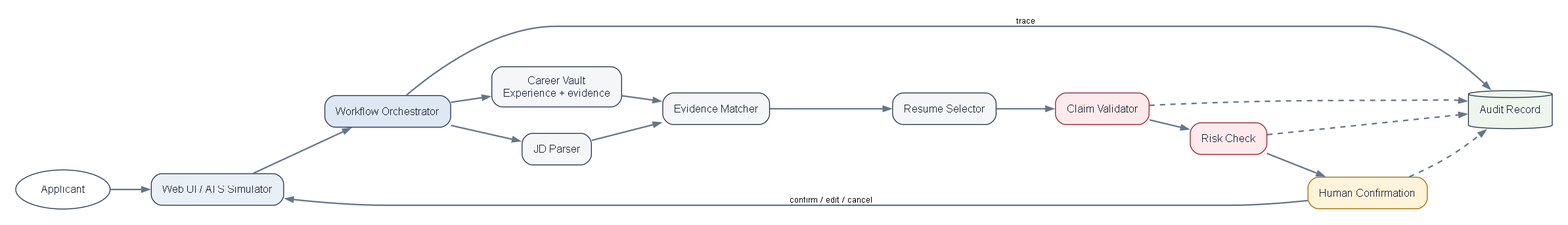
yinzzzzz007-code/applyguard keeps this Graphviz diagram as docs/diagrams/architecture.png. Above is the earlier version. Its source is kept beside it as docs/diagrams/architecture.dot. Its diagram source:
```dot
digraph Architecture {
  graph [rankdir=LR, bgcolor="#FFFFFF", pad="0.25", nodesep="0.42", ranksep="0.62", fontname="Arial"];
  node [shape=box, style="rounded,filled", fontname="Arial", fontsize=12, color="#25344A", fillcolor="#F4F6F8", fontcolor="#172033", margin="0.18,0.12"];
  edge [color="#65758B", penwidth=1.7, arrowsize=0.8, fontname="Arial", fontsize=10];

  user [label="Applicant", shape=oval, fillcolor="#FFFFFF"];
  ui [label="Web UI / ATS Simulator", fillcolor="#E9EFF7"];
  orchestrator [label="Workflow Orchestrator", fillcolor="#DDE8F4"];
  vault [label="Career Vault\nExperience + evidence"];
  parser [label="JD Parser"];
  matcher [label="Evidence Matcher"];
  selector [label="Resume Selector"];
  validator [label="Claim Validator", fillcolor="#FCEAEC", color="#9F1D2E"];
  risk [label="Risk Check", fillcolor="#FCEAEC", color="#9F1D2E"];
  confirm [label="Human Confirmation", fillcolor="#FFF4DA", color="#A36B00"];
  audit [label="Audit Record", shape=cylinder, fillcolor="#EEF5EC"];

  user -> ui -> orchestrator;
  orchestrator -> vault;
  orchestrator -> parser;
  vault -> matcher;
  parser -> matcher;
  matcher -> selector -> validator -> risk -> confirm;
  confirm -> ui [label="confirm / edit / cancel"];
  orchestrator -> audit [label="trace"];
  validator -> audit [style=dashed];
  risk -> audit [style=dashed];
  confirm -> audit [style=dashed];
}
```
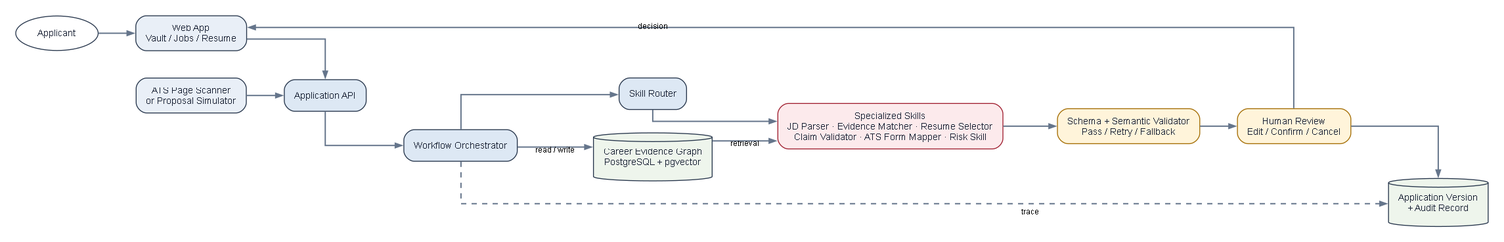
After the change.

Diff of the diagram source:
```diff
@@ -1,29 +1,26 @@
 digraph Architecture {
-  graph [rankdir=LR, bgcolor="#FFFFFF", pad="0.25", nodesep="0.42", ranksep="0.62", fontname="Arial"];
-  node [shape=box, style="rounded,filled", fontname="Arial", fontsize=12, color="#25344A", fillcolor="#F4F6F8", fontcolor="#172033", margin="0.18,0.12"];
-  edge [color="#65758B", penwidth=1.7, arrowsize=0.8, fontname="Arial", fontsize=10];
+  graph [rankdir=LR, bgcolor="#FFFFFF", pad="0.25", nodesep="0.38", ranksep="0.58", fontname="Arial", splines=ortho];
+  node [shape=box, style="rounded,filled", fontname="Arial", fontsize=10.5, color="#25344A", fillcolor="#F4F6F8", fontcolor="#172033", margin="0.16,0.11"];
+  edge [color="#65758B", penwidth=1.5, arrowsize=0.72, fontname="Arial", fontsize=9];
 
   user [label="Applicant", shape=oval, fillcolor="#FFFFFF"];
-  ui [label="Web UI / ATS Simulator", fillcolor="#E9EFF7"];
+  ui [label="Web App\nVault / Jobs / Resume", fillcolor="#E9EFF7"];
+  scanner [label="ATS Page Scanner\nor Proposal Simulator", fillcolor="#E9EFF7"];
+  api [label="Application API", fillcolor="#DDE8F4"];
   orchestrator [label="Workflow Orchestrator", fillcolor="#DDE8F4"];
-  vault [label="Career Vault\nExperience + evidence"];
-  parser [label="JD Parser"];
-  matcher [label="Evidence Matcher"];
-  selector [label="Resume Selector"];
-  validator [label="Claim Validator", fillcolor="#FCEAEC", color="#9F1D2E"];
-  risk [label="Risk Check", fillcolor="#FCEAEC", color="#9F1D2E"];
-  confirm [label="Human Confirmation", fillcolor="#FFF4DA", color="#A36B00"];
-  audit [label="Audit Record", shape=cylinder, fillcolor="#EEF5EC"];
+  router [label="Skill Router", fillcolor="#DDE8F4"];
+  skills [label="Specialized Skills\nJD Parser · Evidence Matcher · Resume Selector\nClaim Validator · ATS Form Mapper · Risk Skill", fillcolor="#FCEAEC", color="#9F1D2E"];
+  contract [label="Schema + Semantic Validator\nPass / Retry / Fallback", fillcolor="#FFF4DA", color="#A36B00"];
+  vault [label="Career Evidence Graph\nPostgreSQL + pgvector", shape=cylinder, fillcolor="#EEF5EC"];
+  confirm [label="Human Review\nEdit / Confirm / Cancel", fillcolor="#FFF4DA", color="#A36B00"];
+  audit [label="Application Version\n+ Audit Record", shape=cylinder, fillcolor="#EEF5EC"];
 
-  user -> ui -> orchestrator;
-  orchestrator -> vault;
-  orchestrator -> parser;
-  vault -> matcher;
-  parser -> matcher;
-  matcher -> selector -> validator -> risk -> confirm;
-  confirm -> ui [label="confirm / edit / cancel"];
-  orchestrator -> audit [label="trace"];
-  validator -> audit [style=dashed];
-  risk -> audit [style=dashed];
-  confirm -> audit [style=dashed];
+  user -> ui -> api -> orchestrator -> router;
+  scanner -> api;
+  router -> skills -> contract -> confirm;
+  vault -> skills [label="retrieval"];
+  orchestrator -> vault [label="read / write"];
+  confirm -> ui [label="decision"];
+  confirm -> audit;
+  orchestrator -> audit [style=dashed, label="trace"];
 }
```
